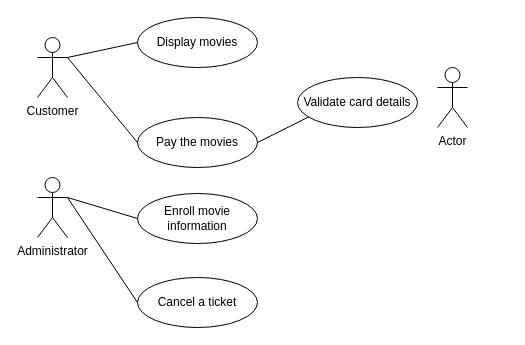
Before: 2. Analysis and Design/Untitled Diagram (3).drawio in 04wakeup/MovieTicket, a draw.io diagram. Source tidied: cells renumbered, new cells numbered last; positions are measured from the earlier drawing's top-left corner, leaving out a move shared by most shapes. Both pictures are drawn from the tidied source at 100%, with x=0, y=0 at pixel (37, 17).
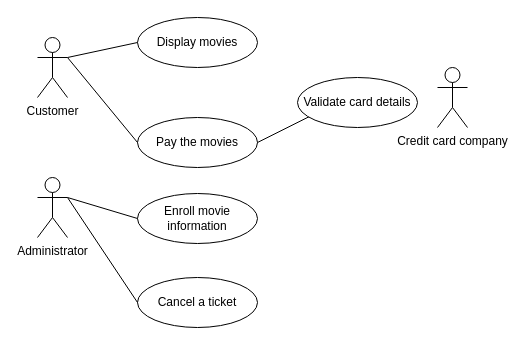
Above is the later version.

What changed in the source:
```diff
@@
 <mxGraphModel>
   <root>
     <mxCell id="0" />
     <mxCell id="1" parent="0" />
     <mxCell id="2" value="Customer" style="shape=umlActor;verticalLabelPosition=bottom;labelBackgroundColor=#ffffff;verticalAlign=top;html=1;outlineConnect=0;" parent="1" vertex="1">
       <mxGeometry y="20" width="30" height="60" as="geometry" />
     </mxCell>
     <mxCell id="3" value="Administrator" style="shape=umlActor;verticalLabelPosition=bottom;labelBackgroundColor=#ffffff;verticalAlign=top;html=1;outlineConnect=0;" parent="1" vertex="1">
       <mxGeometry y="160" width="30" height="60" as="geometry" />
     </mxCell>
-    <mxCell id="4" value="Actor" style="shape=umlActor;verticalLabelPosition=bottom;labelBackgroundColor=#ffffff;verticalAlign=top;html=1;" parent="1" vertex="1">
+    <mxCell id="4" value="Credit card company" style="shape=umlActor;verticalLabelPosition=bottom;labelBackgroundColor=#ffffff;verticalAlign=top;html=1;" parent="1" vertex="1">
       <mxGeometry x="400" y="50" width="30" height="60" as="geometry" />
     </mxCell>
     <mxCell id="5" value="Display movies" style="ellipse;whiteSpace=wrap;html=1;" parent="1" vertex="1">
       <mxGeometry x="100" width="120" height="50" as="geometry" />
     </mxCell>
     <mxCell id="6" value="Pay the movies" style="ellipse;whiteSpace=wrap;html=1;" parent="1" vertex="1">
       <mxGeometry x="100" y="100" width="120" height="50" as="geometry" />
     </mxCell>
     <mxCell id="7" value="Enroll movie information" style="ellipse;whiteSpace=wrap;html=1;" parent="1" vertex="1">
       <mxGeometry x="100" y="176" width="120" height="50" as="geometry" />
     </mxCell>
     <mxCell id="8" style="endArrow=classic;html=1;exitX=1;exitY=0.5;exitDx=0;exitDy=0;" parent="1" edge="1" source="6">
       <mxGeometry relative="1" as="geometry">
         <mxPoint x="290" y="90" as="targetPoint" />
       </mxGeometry>
     </mxCell>
     <mxCell id="9" value="Validate card details" style="ellipse;whiteSpace=wrap;html=1;" parent="1" vertex="1">
       <mxGeometry x="260" y="60" width="120" height="50" as="geometry" />
     </mxCell>
     <mxCell id="10" style="endArrow=none;html=1;entryX=0;entryY=0.5;entryDx=0;entryDy=0;" parent="1" edge="1" target="6">
       <mxGeometry relative="1" as="geometry">
         <mxPoint x="30" y="40" as="sourcePoint" />
       </mxGeometry>
     </mxCell>
     <mxCell id="11" style="endArrow=none;html=1;entryX=0;entryY=0.5;entryDx=0;entryDy=0;exitX=1;exitY=0.3333333333333333;exitDx=0;exitDy=0;exitPerimeter=0;" parent="1" edge="1" source="2" target="5">
       <mxGeometry relative="1" as="geometry" />
     </mxCell>
     <mxCell id="12" style="endArrow=none;html=1;exitX=1;exitY=0.3333333333333333;exitDx=0;exitDy=0;exitPerimeter=0;entryX=0;entryY=0.5;entryDx=0;entryDy=0;" parent="1" edge="1" source="3" target="7">
       <mxGeometry relative="1" as="geometry" />
     </mxCell>
     <mxCell id="13" value="Cancel a ticket" style="ellipse;whiteSpace=wrap;html=1;" parent="1" vertex="1">
       <mxGeometry x="100" y="260" width="120" height="50" as="geometry" />
     </mxCell>
     <mxCell id="14" style="endArrow=none;html=1;exitX=1;exitY=0.3333333333333333;exitDx=0;exitDy=0;exitPerimeter=0;entryX=0;entryY=0.5;entryDx=0;entryDy=0;" parent="1" edge="1" source="3" target="13">
       <mxGeometry relative="1" as="geometry" />
     </mxCell>
   </root>
 </mxGraphModel>
```
